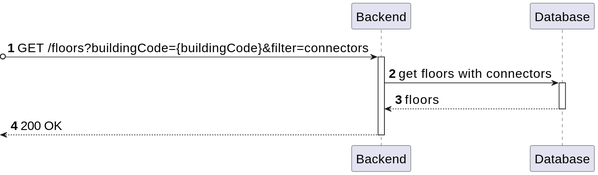
miseEnPlace-dev/lapr5 keeps this PlantUML diagram as _wiki/sprint-a/us08-220/views/level-3/assets/us08-level3_processes.svg. Above is the earlier version.
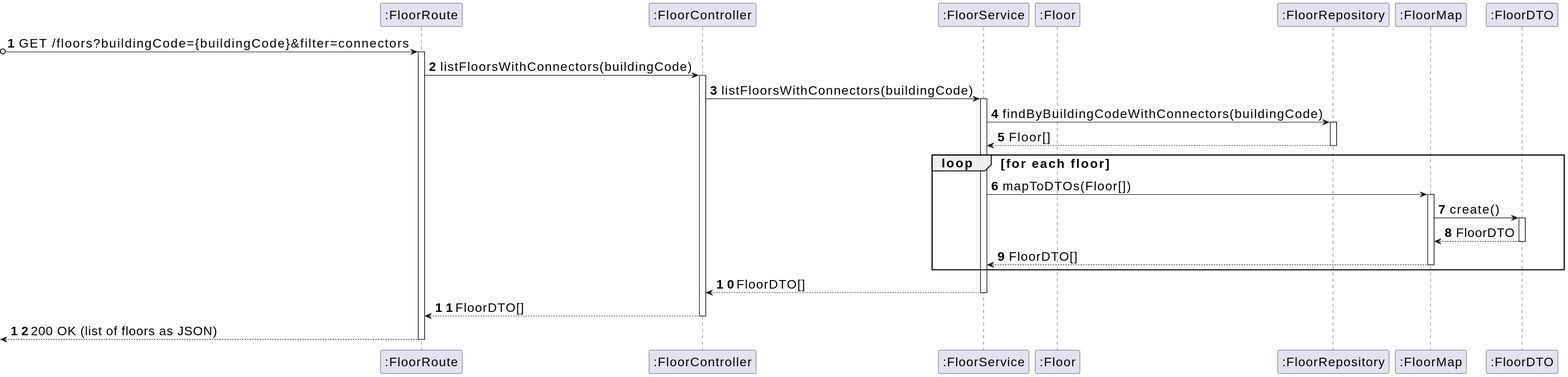
After the change.

What changed in the source:
```diff
@@ -2,18 +2,51 @@
 skinparamlocked defaultFontSize 20
 autonumber
 
-participant BE as "Backend"
-participant DB as "Database"
+participant ROUTE as ":FloorRoute"
+participant CTRL as ":FloorController"
+participant SVC as ":FloorService"
+participant E as ":Floor"
+participant REPO as ":FloorRepository"
+participant FMAP as ":FloorMap"
+participant DTO as ":FloorDTO"
 
-?o-> BE : GET /floors?buildingCode={buildingCode}&filter=connectors
-activate BE
+?o-> ROUTE : GET /floors?buildingCode={buildingCode}&filter=connectors
+activate ROUTE
 
-BE -> DB : get floors with connectors
-activate DB
+  ROUTE -> CTRL : listFloorsWithConnectors(buildingCode)
+  activate CTRL
 
-BE <-- DB : floors
-deactivate DB
+    CTRL -> SVC : listFloorsWithConnectors(buildingCode)
+    activate SVC
 
-<-- BE : 200 OK
-deactivate BE
+      SVC -> REPO : findByBuildingCodeWithConnectors(buildingCode)
+      activate REPO
+
+      REPO --> SVC : Floor[]
+      deactivate REPO
+
+      loop for each floor
+
+        SVC -> FMAP : mapToDTOs(Floor[])
+        activate FMAP
+
+          FMAP -> DTO : create()
+          activate DTO
+
+          DTO --> FMAP : FloorDTO
+          deactivate DTO
+
+        FMAP --> SVC : FloorDTO[]
+        deactivate FMAP
+
+      end
+
+    CTRL <-- SVC : FloorDTO[]
+    deactivate SVC
+
+  ROUTE <-- CTRL : FloorDTO[]
+  deactivate CTRL
+
+<-- ROUTE : 200 OK (list of floors as JSON)
+deactivate ROUTE
 @enduml
```
